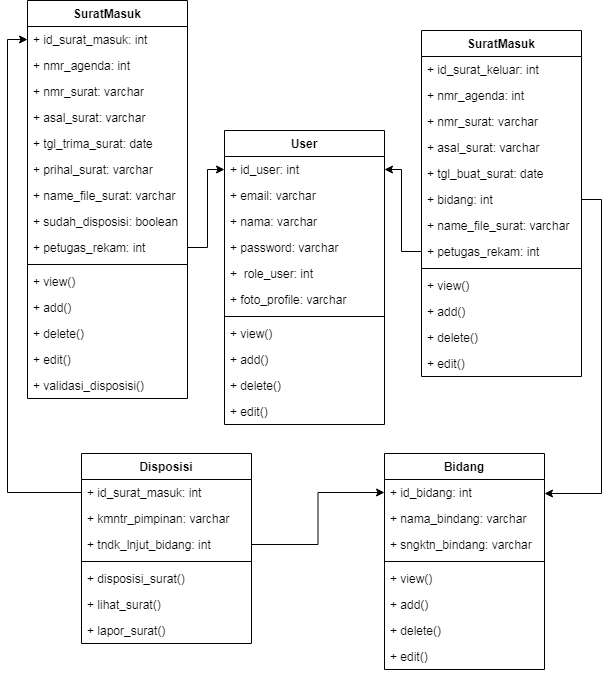
Above: SKRIPSI/UML/4. CLASS/SURAT.png in Rusadi-0/KULIAH (draw.io), before the change. Source tidied: cells renumbered, new cells last; positions are measured from the earlier drawing's top-left corner, leaving out a move shared by most shapes.
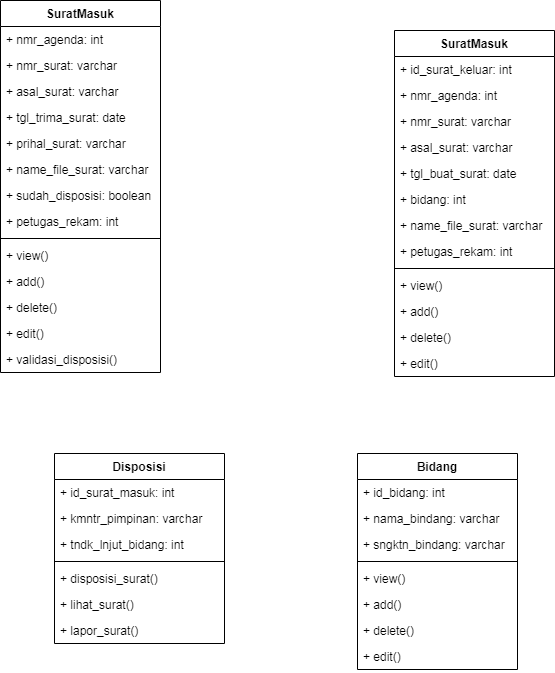
The same file after the commit.

What changed in the source:
```diff
@@ -3,52 +3,49 @@
     <mxCell id="0" />
     <mxCell id="1" parent="0" />
     <mxCell id="2" value="SuratMasuk" style="swimlane;fontStyle=1;align=center;verticalAlign=top;horizontal=1;startSize=26;" parent="1" vertex="1">
-      <mxGeometry width="160" height="398" as="geometry" />
+      <mxGeometry width="160" height="372" as="geometry" />
     </mxCell>
-    <mxCell id="3" value="+ id_surat_masuk: int" style="text;strokeColor=none;fillColor=none;align=left;verticalAlign=top;spacingLeft=4;spacingRight=4;overflow=hidden;points=[[0,0.5],[1,0.5]];portConstraint=eastwest;" parent="2" vertex="1">
-      <mxGeometry y="26" width="160" height="26" as="geometry" />
-    </mxCell>
     <mxCell id="4" value="+ nmr_agenda: int" style="text;strokeColor=none;fillColor=none;align=left;verticalAlign=top;spacingLeft=4;spacingRight=4;overflow=hidden;" parent="2" vertex="1">
-      <mxGeometry y="52" width="160" height="26" as="geometry" />
+      <mxGeometry y="26" width="160" height="26" as="geometry" />
     </mxCell>
     <mxCell id="5" value="+ nmr_surat: varchar" style="text;strokeColor=none;fillColor=none;align=left;verticalAlign=top;spacingLeft=4;spacingRight=4;overflow=hidden;" parent="2" vertex="1">
-      <mxGeometry y="78" width="160" height="26" as="geometry" />
+      <mxGeometry y="52" width="160" height="26" as="geometry" />
     </mxCell>
     <mxCell id="6" value="+ asal_surat: varchar" style="text;strokeColor=none;fillColor=none;align=left;verticalAlign=top;spacingLeft=4;spacingRight=4;overflow=hidden;" parent="2" vertex="1">
-      <mxGeometry y="104" width="160" height="26" as="geometry" />
+      <mxGeometry y="78" width="160" height="26" as="geometry" />
     </mxCell>
     <mxCell id="7" value="+ tgl_trima_surat: date" style="text;strokeColor=none;fillColor=none;align=left;verticalAlign=top;spacingLeft=4;spacingRight=4;overflow=hidden;" parent="2" vertex="1">
-      <mxGeometry y="130" width="160" height="26" as="geometry" />
+      <mxGeometry y="104" width="160" height="26" as="geometry" />
     </mxCell>
     <mxCell id="8" value="+ prihal_surat: varchar" style="text;strokeColor=none;fillColor=none;align=left;verticalAlign=top;spacingLeft=4;spacingRight=4;overflow=hidden;" parent="2" vertex="1">
-      <mxGeometry y="156" width="160" height="26" as="geometry" />
+      <mxGeometry y="130" width="160" height="26" as="geometry" />
     </mxCell>
     <mxCell id="9" value="+ name_file_surat: varchar" style="text;strokeColor=none;fillColor=none;align=left;verticalAlign=top;spacingLeft=4;spacingRight=4;overflow=hidden;" parent="2" vertex="1">
-      <mxGeometry y="182" width="160" height="26" as="geometry" />
+      <mxGeometry y="156" width="160" height="26" as="geometry" />
     </mxCell>
     <mxCell id="10" value="+ sudah_disposisi: boolean" style="text;strokeColor=none;fillColor=none;align=left;verticalAlign=top;spacingLeft=4;spacingRight=4;overflow=hidden;" parent="2" vertex="1">
-      <mxGeometry y="208" width="160" height="26" as="geometry" />
+      <mxGeometry y="182" width="160" height="26" as="geometry" />
     </mxCell>
     <mxCell id="11" value="+ petugas_rekam: int" style="text;strokeColor=none;fillColor=none;align=left;verticalAlign=top;spacingLeft=4;spacingRight=4;overflow=hidden;points=[[0,0.5],[1,0.5]];portConstraint=eastwest;" parent="2" vertex="1">
-      <mxGeometry y="234" width="160" height="26" as="geometry" />
+      <mxGeometry y="208" width="160" height="26" as="geometry" />
     </mxCell>
     <mxCell id="12" style="line;strokeWidth=1;fillColor=none;align=left;verticalAlign=middle;spacingTop=-1;spacingLeft=3;spacingRight=3;labelPosition=right;" parent="2" vertex="1">
-      <mxGeometry y="260" width="160" height="8" as="geometry" />
+      <mxGeometry y="234" width="160" height="8" as="geometry" />
     </mxCell>
     <mxCell id="13" value="+ view()" style="text;strokeColor=none;fillColor=none;align=left;verticalAlign=top;spacingLeft=4;spacingRight=4;overflow=hidden;" parent="2" vertex="1">
-      <mxGeometry y="268" width="160" height="26" as="geometry" />
+      <mxGeometry y="242" width="160" height="26" as="geometry" />
     </mxCell>
     <mxCell id="14" value="+ add()" style="text;strokeColor=none;fillColor=none;align=left;verticalAlign=top;spacingLeft=4;spacingRight=4;overflow=hidden;" parent="2" vertex="1">
-      <mxGeometry y="294" width="160" height="26" as="geometry" />
+      <mxGeometry y="268" width="160" height="26" as="geometry" />
     </mxCell>
     <mxCell id="15" value="+ delete()" style="text;strokeColor=none;fillColor=none;align=left;verticalAlign=top;spacingLeft=4;spacingRight=4;overflow=hidden;" parent="2" vertex="1">
-      <mxGeometry y="320" width="160" height="26" as="geometry" />
+      <mxGeometry y="294" width="160" height="26" as="geometry" />
     </mxCell>
     <mxCell id="16" value="+ edit()" style="text;strokeColor=none;fillColor=none;align=left;verticalAlign=top;spacingLeft=4;spacingRight=4;overflow=hidden;" parent="2" vertex="1">
-      <mxGeometry y="346" width="160" height="26" as="geometry" />
+      <mxGeometry y="320" width="160" height="26" as="geometry" />
     </mxCell>
     <mxCell id="17" value="+ validasi_disposisi()" style="text;strokeColor=none;fillColor=none;align=left;verticalAlign=top;spacingLeft=4;spacingRight=4;overflow=hidden;" parent="2" vertex="1">
-      <mxGeometry y="372" width="160" height="26" as="geometry" />
+      <mxGeometry y="346" width="160" height="26" as="geometry" />
     </mxCell>
     <mxCell id="18" value="SuratMasuk" style="swimlane;fontStyle=1;align=center;verticalAlign=top;horizontal=1;startSize=26;" parent="1" vertex="1">
       <mxGeometry x="394" y="30" width="160" height="346" as="geometry" />
@@ -143,71 +140,5 @@
     <mxCell id="48" value="+ lapor_surat()" style="text;strokeColor=none;fillColor=none;align=left;verticalAlign=top;spacingLeft=4;spacingRight=4;overflow=hidden;" parent="41" vertex="1">
       <mxGeometry y="164" width="170" height="26" as="geometry" />
     </mxCell>
-    <mxCell id="49" value="User" style="swimlane;fontStyle=1;align=center;verticalAlign=top;horizontal=1;startSize=26;" parent="1" vertex="1">
-      <mxGeometry x="197" y="130" width="160" height="294" as="geometry" />
-    </mxCell>
-    <mxCell id="50" value="+ id_user: int" style="text;strokeColor=none;fillColor=none;align=left;verticalAlign=top;spacingLeft=4;spacingRight=4;overflow=hidden;points=[[0,0.5],[1,0.5]];portConstraint=eastwest;" parent="49" vertex="1">
-      <mxGeometry y="26" width="160" height="26" as="geometry" />
-    </mxCell>
-    <mxCell id="51" value="+ email: varchar" style="text;strokeColor=none;fillColor=none;align=left;verticalAlign=top;spacingLeft=4;spacingRight=4;overflow=hidden;" parent="49" vertex="1">
-      <mxGeometry y="52" width="160" height="26" as="geometry" />
-    </mxCell>
-    <mxCell id="52" value="+ nama: varchar" style="text;strokeColor=none;fillColor=none;align=left;verticalAlign=top;spacingLeft=4;spacingRight=4;overflow=hidden;" parent="49" vertex="1">
-      <mxGeometry y="78" width="160" height="26" as="geometry" />
-    </mxCell>
-    <mxCell id="53" value="+ password: varchar" style="text;strokeColor=none;fillColor=none;align=left;verticalAlign=top;spacingLeft=4;spacingRight=4;overflow=hidden;" parent="49" vertex="1">
-      <mxGeometry y="104" width="160" height="26" as="geometry" />
-    </mxCell>
-    <mxCell id="54" value="+  role_user: int" style="text;strokeColor=none;fillColor=none;align=left;verticalAlign=top;spacingLeft=4;spacingRight=4;overflow=hidden;" parent="49" vertex="1">
-      <mxGeometry y="130" width="160" height="26" as="geometry" />
-    </mxCell>
-    <mxCell id="55" value="+ foto_profile: varchar" style="text;strokeColor=none;fillColor=none;align=left;verticalAlign=top;spacingLeft=4;spacingRight=4;overflow=hidden;" parent="49" vertex="1">
-      <mxGeometry y="156" width="160" height="26" as="geometry" />
-    </mxCell>
-    <mxCell id="56" style="line;strokeWidth=1;fillColor=none;align=left;verticalAlign=middle;spacingTop=-1;spacingLeft=3;spacingRight=3;labelPosition=right;" parent="49" vertex="1">
-      <mxGeometry y="182" width="160" height="8" as="geometry" />
-    </mxCell>
-    <mxCell id="57" value="+ view()" style="text;strokeColor=none;fillColor=none;align=left;verticalAlign=top;spacingLeft=4;spacingRight=4;overflow=hidden;" parent="49" vertex="1">
-      <mxGeometry y="190" width="160" height="26" as="geometry" />
-    </mxCell>
-    <mxCell id="58" value="+ add()" style="text;strokeColor=none;fillColor=none;align=left;verticalAlign=top;spacingLeft=4;spacingRight=4;overflow=hidden;" parent="49" vertex="1">
-      <mxGeometry y="216" width="160" height="26" as="geometry" />
-    </mxCell>
-    <mxCell id="59" value="+ delete()" style="text;strokeColor=none;fillColor=none;align=left;verticalAlign=top;spacingLeft=4;spacingRight=4;overflow=hidden;" parent="49" vertex="1">
-      <mxGeometry y="242" width="160" height="26" as="geometry" />
-    </mxCell>
-    <mxCell id="60" value="+ edit()" style="text;strokeColor=none;fillColor=none;align=left;verticalAlign=top;spacingLeft=4;spacingRight=4;overflow=hidden;" parent="49" vertex="1">
-      <mxGeometry y="268" width="160" height="26" as="geometry" />
-    </mxCell>
-    <mxCell id="61" style="edgeStyle=orthogonalEdgeStyle;rounded=0;jettySize=auto;html=1;entryX=0;entryY=0.5;entryDx=0;entryDy=0;" parent="1" edge="1" source="42" target="3">
-      <mxGeometry relative="1" as="geometry" />
-    </mxCell>
-    <mxCell id="62" style="edgeStyle=orthogonalEdgeStyle;rounded=0;jettySize=auto;html=1;" parent="1" edge="1" source="44" target="33">
-      <mxGeometry relative="1" as="geometry" />
-    </mxCell>
-    <mxCell id="63" style="edgeStyle=orthogonalEdgeStyle;rounded=0;jettySize=auto;html=1;" parent="1" edge="1" source="24" target="33">
-      <mxGeometry relative="1" as="geometry">
-        <Array as="points">
-          <mxPoint x="574" y="199" />
-          <mxPoint x="574" y="493" />
-        </Array>
-      </mxGeometry>
-    </mxCell>
-    <mxCell id="64" style="edgeStyle=orthogonalEdgeStyle;rounded=0;jettySize=auto;html=1;" parent="1" edge="1" source="11" target="50">
-      <mxGeometry relative="1" as="geometry">
-        <Array as="points">
-          <mxPoint x="180" y="247" />
-          <mxPoint x="180" y="169" />
-        </Array>
-      </mxGeometry>
-    </mxCell>
-    <mxCell id="65" style="edgeStyle=orthogonalEdgeStyle;rounded=0;jettySize=auto;html=1;" parent="1" edge="1" source="26" target="50">
-      <mxGeometry relative="1" as="geometry">
-        <Array as="points">
-          <mxPoint x="374" y="251" />
-          <mxPoint x="374" y="169" />
-        </Array>
-      </mxGeometry>
-    </mxCell>
   </root>
 </mxGraphModel>
```
